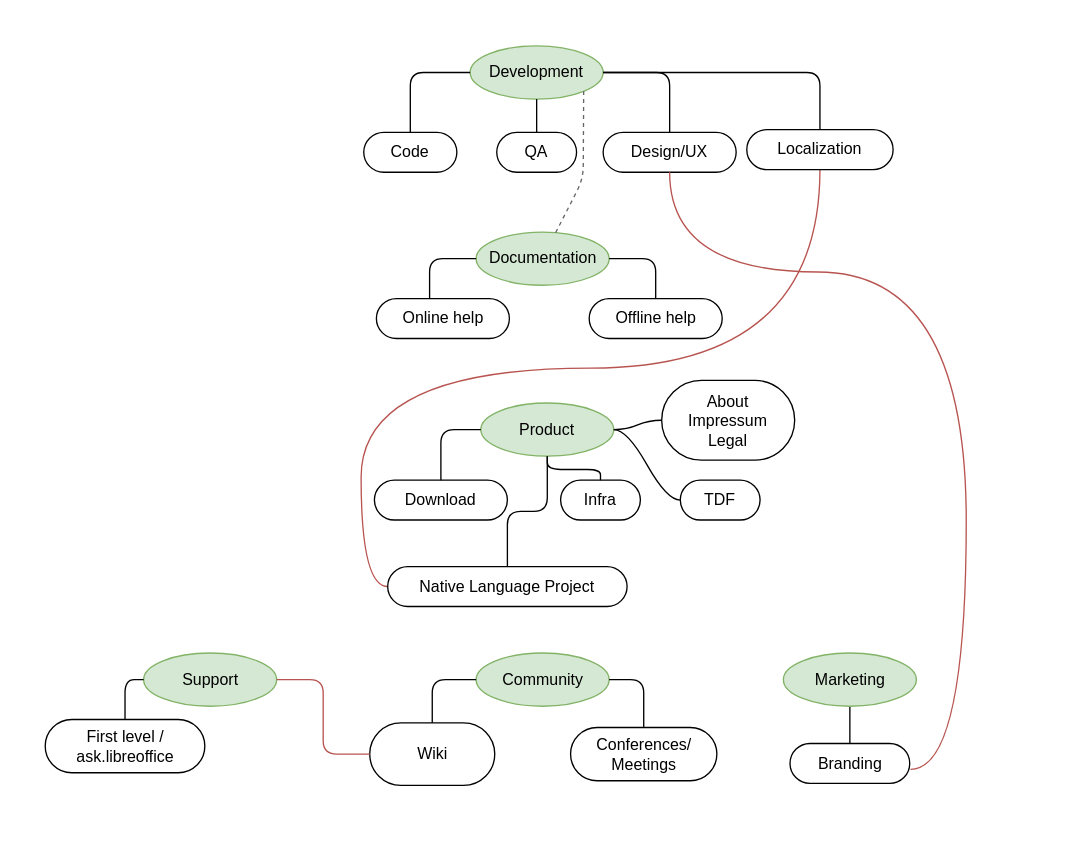
This is Untitled Diagram.drawio from HeikoTietze/libo_website, a draw.io file, before an edit. Source tidied: cells renumbered, new cells numbered last; positions are measured from the earlier drawing's top-left corner, leaving out a move shared by most shapes. Both pictures are drawn from the tidied source at 133%, with x=0, y=0 at pixel (45, 45).
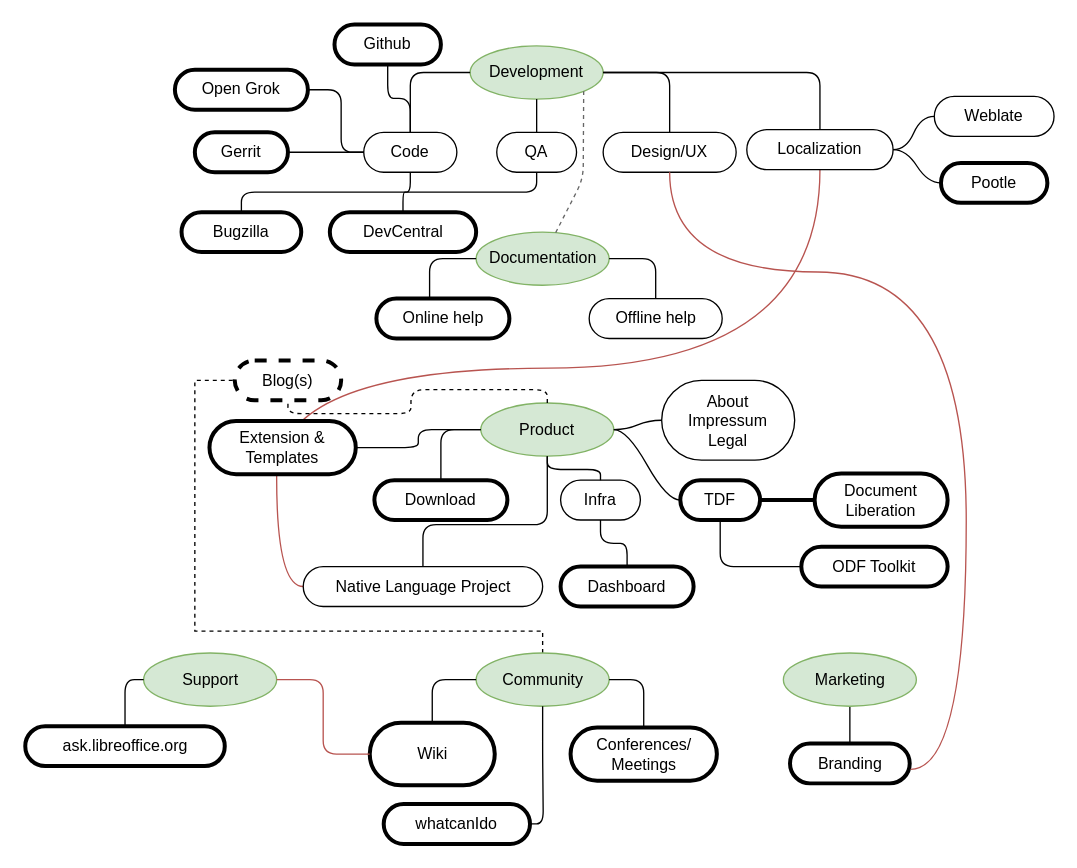
After the change.

Unchanged cells that the change refers to:
```xml
<mxCell id="3" value="Code" style="whiteSpace=wrap;html=1;rounded=1;arcSize=50;align=center;verticalAlign=middle;strokeWidth=1;spacing=4;" parent="1" vertex="1">
  <mxGeometry x="239" y="65" width="70" height="30" as="geometry" />
</mxCell>
<mxCell id="5" value="QA" style="whiteSpace=wrap;html=1;rounded=1;arcSize=50;align=center;verticalAlign=middle;strokeWidth=1;spacing=4;" parent="1" vertex="1">
  <mxGeometry x="339" y="65" width="60" height="30" as="geometry" />
</mxCell>
<mxCell id="14" value="Product" style="ellipse;whiteSpace=wrap;html=1;align=center;fillColor=#d5e8d4;strokeColor=#82b366;" parent="1" vertex="1">
  <mxGeometry x="327" y="268.5" width="100" height="40" as="geometry" />
</mxCell>
<mxCell id="17" value="Community" style="ellipse;whiteSpace=wrap;html=1;align=center;fillColor=#d5e8d4;strokeColor=#82b366;" parent="1" vertex="1">
  <mxGeometry x="323.5" y="456.5" width="100" height="40" as="geometry" />
</mxCell>
<mxCell id="29" value="Localization" style="whiteSpace=wrap;html=1;rounded=1;arcSize=50;align=center;verticalAlign=middle;strokeWidth=1;spacing=4;" parent="1" vertex="1">
  <mxGeometry x="527" y="63" width="110" height="30" as="geometry" />
</mxCell>
<mxCell id="34" value="Infra" style="whiteSpace=wrap;html=1;rounded=1;arcSize=50;align=center;verticalAlign=middle;strokeWidth=1;spacing=4;" parent="1" vertex="1">
  <mxGeometry x="387" y="326.5" width="60" height="30" as="geometry" />
</mxCell>
```

The edit, as a diff of the source:
```diff
@@
-    <mxCell id="12" value="Online help" style="whiteSpace=wrap;html=1;rounded=1;arcSize=50;align=center;verticalAlign=middle;strokeWidth=1;spacing=4;direction=west;" parent="1" vertex="1">
+    <mxCell id="12" value="Online help" style="whiteSpace=wrap;html=1;rounded=1;arcSize=50;align=center;verticalAlign=middle;strokeWidth=3;spacing=4;direction=west;" parent="1" vertex="1">
       <mxGeometry x="248.5" y="190" width="100" height="30" as="geometry" />
     </mxCell>
@@
-    <mxCell id="15" value="Download" style="whiteSpace=wrap;html=1;rounded=1;arcSize=50;align=center;verticalAlign=middle;strokeWidth=1;spacing=4;" parent="1" vertex="1">
+    <mxCell id="15" value="Download" style="whiteSpace=wrap;html=1;rounded=1;arcSize=50;align=center;verticalAlign=middle;strokeWidth=3;spacing=4;" parent="1" vertex="1">
       <mxGeometry x="247" y="326.5" width="100" height="30" as="geometry" />
     </mxCell>
@@
+    <mxCell id="42" style="edgeStyle=orthogonalEdgeStyle;rounded=0;jettySize=auto;html=1;exitX=0.5;exitY=0;exitDx=0;exitDy=0;entryX=0;entryY=0.5;entryDx=0;entryDy=0;endArrow=none;endFill=0;dashed=1;" parent="1" edge="1" source="17" target="59">
+      <mxGeometry relative="1" as="geometry">
+        <Array as="points">
+          <mxPoint x="374" y="440" />
+          <mxPoint x="112" y="440" />
+          <mxPoint x="112" y="252" />
+        </Array>
+      </mxGeometry>
+    </mxCell>
@@
-    <mxCell id="18" value="Conferences/&lt;br&gt;Meetings" style="whiteSpace=wrap;html=1;rounded=1;arcSize=50;align=center;verticalAlign=middle;strokeWidth=1;spacing=4;" parent="1" vertex="1">
+    <mxCell id="18" value="Conferences/&lt;br&gt;Meetings" style="whiteSpace=wrap;html=1;rounded=1;arcSize=50;align=center;verticalAlign=middle;strokeWidth=3;spacing=4;" parent="1" vertex="1">
       <mxGeometry x="394.5" y="512.5" width="110" height="40" as="geometry" />
     </mxCell>
@@
-    <mxCell id="20" value="Wiki" style="whiteSpace=wrap;html=1;rounded=1;arcSize=50;align=center;verticalAlign=middle;strokeWidth=1;spacing=4;" parent="1" vertex="1">
+    <mxCell id="20" value="Wiki" style="whiteSpace=wrap;html=1;rounded=1;arcSize=50;align=center;verticalAlign=middle;strokeWidth=3;spacing=4;" parent="1" vertex="1">
       <mxGeometry x="243.5" y="509" width="94" height="47" as="geometry" />
     </mxCell>
@@
-    <mxCell id="24" value="First level /&lt;br&gt;ask.libreoffice" style="whiteSpace=wrap;html=1;rounded=1;arcSize=50;align=center;verticalAlign=middle;strokeWidth=1;spacing=4;" parent="1" vertex="1">
-      <mxGeometry x="-0.5" y="506.5" width="120" height="40" as="geometry" />
+    <mxCell id="24" value="ask.libreoffice.org" style="whiteSpace=wrap;html=1;rounded=1;arcSize=50;align=center;verticalAlign=middle;strokeWidth=3;spacing=4;" parent="1" vertex="1">
+      <mxGeometry x="-15.5" y="511.5" width="150" height="30" as="geometry" />
     </mxCell>
@@
-    <mxCell id="26" value="TDF" style="whiteSpace=wrap;html=1;rounded=1;arcSize=50;align=center;verticalAlign=middle;strokeWidth=1;spacing=4;" parent="1" vertex="1">
+    <mxCell id="26" value="TDF" style="whiteSpace=wrap;html=1;rounded=1;arcSize=50;align=center;verticalAlign=middle;strokeWidth=3;spacing=4;" parent="1" vertex="1">
       <mxGeometry x="477" y="326.5" width="60" height="30" as="geometry" />
     </mxCell>
@@
     <mxCell id="31" value="Native Language Project" style="whiteSpace=wrap;html=1;rounded=1;arcSize=50;align=center;verticalAlign=middle;strokeWidth=1;spacing=4;" parent="1" vertex="1">
-      <mxGeometry x="257" y="391.5" width="180" height="30" as="geometry" />
+      <mxGeometry x="193.5" y="391.5" width="180" height="30" as="geometry" />
     </mxCell>
     <mxCell id="32" style="edgeStyle=orthogonalEdgeStyle;startArrow=none;endArrow=none;segment=10;exitX=0.5;exitY=1;exitDx=0;exitDy=0;entryX=0.5;entryY=0;entryDx=0;entryDy=0;" parent="1" edge="1" source="14" target="31">
-      <mxGeometry relative="1" as="geometry" />
+      <mxGeometry relative="1" as="geometry">
+        <Array as="points">
+          <mxPoint x="377" y="360" />
+          <mxPoint x="284" y="360" />
+        </Array>
+      </mxGeometry>
     </mxCell>
@@
-    <mxCell id="36" value="Branding" style="whiteSpace=wrap;html=1;rounded=1;arcSize=50;align=center;verticalAlign=middle;strokeWidth=1;spacing=4;" parent="1" vertex="1">
+    <mxCell id="36" value="Branding" style="whiteSpace=wrap;html=1;rounded=1;arcSize=50;align=center;verticalAlign=middle;strokeWidth=3;spacing=4;" parent="1" vertex="1">
       <mxGeometry x="559.5" y="524.5" width="90" height="30" as="geometry" />
     </mxCell>
@@
+    <mxCell id="43" value="&lt;div&gt;whatcanIdo&lt;/div&gt;" style="whiteSpace=wrap;html=1;rounded=1;arcSize=50;align=center;verticalAlign=middle;strokeWidth=3;spacing=4;" parent="1" vertex="1">
+      <mxGeometry x="254" y="570" width="110" height="30" as="geometry" />
+    </mxCell>
+    <mxCell id="44" style="edgeStyle=orthogonalEdgeStyle;startArrow=none;endArrow=none;segment=10;exitX=0.5;exitY=1;exitDx=0;exitDy=0;entryX=1;entryY=0.5;entryDx=0;entryDy=0;" parent="1" edge="1" source="17" target="43">
+      <mxGeometry relative="1" as="geometry" />
+    </mxCell>
+    <mxCell id="45" value="Gerrit" style="whiteSpace=wrap;html=1;rounded=1;arcSize=50;align=center;verticalAlign=middle;strokeWidth=3;spacing=4;" parent="1" vertex="1">
+      <mxGeometry x="112" y="65" width="70" height="30" as="geometry" />
+    </mxCell>
+    <mxCell id="46" style="edgeStyle=orthogonalEdgeStyle;startArrow=none;endArrow=none;segment=10;exitX=0;exitY=0.5;exitDx=0;exitDy=0;" parent="1" edge="1" source="3" target="45">
+      <mxGeometry relative="1" as="geometry" />
+    </mxCell>
+    <mxCell id="47" value="Bugzilla" style="whiteSpace=wrap;html=1;rounded=1;arcSize=50;align=center;verticalAlign=middle;strokeWidth=3;spacing=4;" parent="1" vertex="1">
+      <mxGeometry x="102" y="125" width="90" height="30" as="geometry" />
+    </mxCell>
+    <mxCell id="48" style="edgeStyle=orthogonalEdgeStyle;startArrow=none;endArrow=none;segment=10;exitX=0.5;exitY=1;exitDx=0;exitDy=0;" parent="1" edge="1" source="5" target="47">
+      <mxGeometry relative="1" as="geometry" />
+    </mxCell>
+    <mxCell id="49" value="&lt;div&gt;Open Grok&lt;/div&gt;" style="whiteSpace=wrap;html=1;rounded=1;arcSize=50;align=center;verticalAlign=middle;strokeWidth=3;spacing=4;" parent="1" vertex="1">
+      <mxGeometry x="97" y="18" width="100" height="30" as="geometry" />
+    </mxCell>
+    <mxCell id="50" style="edgeStyle=orthogonalEdgeStyle;startArrow=none;endArrow=none;segment=10;exitX=0;exitY=0.5;exitDx=0;exitDy=0;" parent="1" edge="1" source="3" target="49">
+      <mxGeometry relative="1" as="geometry">
+        <Array as="points">
+          <mxPoint x="222" y="80" />
+          <mxPoint x="222" y="33" />
+        </Array>
+      </mxGeometry>
+    </mxCell>
+    <mxCell id="51" value="&lt;div&gt;Document&lt;/div&gt;&lt;div&gt;Liberation&lt;/div&gt;" style="whiteSpace=wrap;html=1;rounded=1;arcSize=50;align=center;verticalAlign=middle;strokeWidth=3;spacing=4;" parent="1" vertex="1">
+      <mxGeometry x="578" y="321.5" width="100" height="40" as="geometry" />
+    </mxCell>
+    <mxCell id="52" style="edgeStyle=orthogonalEdgeStyle;startArrow=none;endArrow=none;segment=10;exitX=1;exitY=0.5;exitDx=0;exitDy=0;strokeWidth=3;" parent="1" edge="1" source="26" target="51">
+      <mxGeometry relative="1" as="geometry" />
+    </mxCell>
+    <mxCell id="53" value="Github" style="whiteSpace=wrap;html=1;rounded=1;arcSize=50;align=center;verticalAlign=middle;strokeWidth=3;spacing=4;" parent="1" vertex="1">
+      <mxGeometry x="217" y="-16" width="80" height="30" as="geometry" />
+    </mxCell>
+    <mxCell id="54" style="edgeStyle=orthogonalEdgeStyle;startArrow=none;endArrow=none;segment=10;exitX=0.5;exitY=0;exitDx=0;exitDy=0;" parent="1" edge="1" source="3" target="53">
+      <mxGeometry relative="1" as="geometry" />
+    </mxCell>
+    <mxCell id="55" value="Weblate" style="whiteSpace=wrap;html=1;rounded=1;arcSize=50;align=center;verticalAlign=middle;strokeWidth=1;spacing=4;" parent="1" vertex="1">
+      <mxGeometry x="668" y="38" width="90" height="30" as="geometry" />
+    </mxCell>
+    <mxCell id="56" style="edgeStyle=entityRelationEdgeStyle;startArrow=none;endArrow=none;segment=10;curved=1;exitX=1;exitY=0.5;exitDx=0;exitDy=0;" parent="1" edge="1" source="29" target="55">
+      <mxGeometry relative="1" as="geometry" />
+    </mxCell>
+    <mxCell id="57" value="Pootle" style="whiteSpace=wrap;html=1;rounded=1;arcSize=50;align=center;verticalAlign=middle;strokeWidth=3;spacing=4;" parent="1" vertex="1">
+      <mxGeometry x="673" y="88" width="80" height="30" as="geometry" />
+    </mxCell>
+    <mxCell id="58" style="edgeStyle=entityRelationEdgeStyle;startArrow=none;endArrow=none;segment=10;curved=1;exitX=1;exitY=0.5;exitDx=0;exitDy=0;" parent="1" edge="1" source="29" target="57">
+      <mxGeometry relative="1" as="geometry" />
+    </mxCell>
+    <mxCell id="59" value="Blog(s)" style="whiteSpace=wrap;html=1;rounded=1;arcSize=50;align=center;verticalAlign=middle;strokeWidth=3;spacing=4;dashed=1;" parent="1" vertex="1">
+      <mxGeometry x="142" y="236.5" width="80" height="30" as="geometry" />
+    </mxCell>
+    <mxCell id="60" style="edgeStyle=orthogonalEdgeStyle;startArrow=none;endArrow=none;segment=10;exitX=0.5;exitY=0;exitDx=0;exitDy=0;dashed=1;" parent="1" edge="1" source="14" target="59">
+      <mxGeometry relative="1" as="geometry" />
+    </mxCell>
+    <mxCell id="61" value="Extension &amp;amp;&lt;br&gt;Templates" style="whiteSpace=wrap;html=1;rounded=1;arcSize=50;align=center;verticalAlign=middle;strokeWidth=3;spacing=4;" parent="1" vertex="1">
+      <mxGeometry x="123" y="282" width="110" height="40" as="geometry" />
+    </mxCell>
+    <mxCell id="62" style="edgeStyle=orthogonalEdgeStyle;startArrow=none;endArrow=none;segment=10;exitX=0;exitY=0.5;exitDx=0;exitDy=0;" parent="1" edge="1" source="14" target="61">
+      <mxGeometry relative="1" as="geometry" />
+    </mxCell>
+    <mxCell id="63" value="&lt;div&gt;DevCentral&lt;/div&gt;" style="whiteSpace=wrap;html=1;rounded=1;arcSize=50;align=center;verticalAlign=middle;strokeWidth=3;spacing=4;" parent="1" vertex="1">
+      <mxGeometry x="213.5" y="125" width="110" height="30" as="geometry" />
+    </mxCell>
+    <mxCell id="64" style="edgeStyle=orthogonalEdgeStyle;startArrow=none;endArrow=none;segment=10;exitX=0.5;exitY=1;exitDx=0;exitDy=0;" parent="1" edge="1" source="3" target="63">
+      <mxGeometry relative="1" as="geometry" />
+    </mxCell>
+    <mxCell id="65" value="ODF Toolkit" style="whiteSpace=wrap;html=1;rounded=1;arcSize=50;align=center;verticalAlign=middle;strokeWidth=3;spacing=4;" parent="1" vertex="1">
+      <mxGeometry x="568" y="376.5" width="110" height="30" as="geometry" />
+    </mxCell>
+    <mxCell id="66" style="edgeStyle=orthogonalEdgeStyle;startArrow=none;endArrow=none;segment=10;exitX=0.5;exitY=1;exitDx=0;exitDy=0;entryX=0;entryY=0.5;entryDx=0;entryDy=0;" parent="1" edge="1" source="26" target="65">
+      <mxGeometry relative="1" as="geometry" />
+    </mxCell>
+    <mxCell id="67" value="Dashboard" style="whiteSpace=wrap;html=1;rounded=1;arcSize=50;align=center;verticalAlign=middle;strokeWidth=3;spacing=4;" parent="1" vertex="1">
+      <mxGeometry x="387" y="391.5" width="100" height="30" as="geometry" />
+    </mxCell>
+    <mxCell id="68" style="edgeStyle=orthogonalEdgeStyle;startArrow=none;endArrow=none;segment=10;exitX=0.5;exitY=1;exitDx=0;exitDy=0;" parent="1" edge="1" source="34" target="67">
+      <mxGeometry relative="1" as="geometry" />
+    </mxCell>
```
